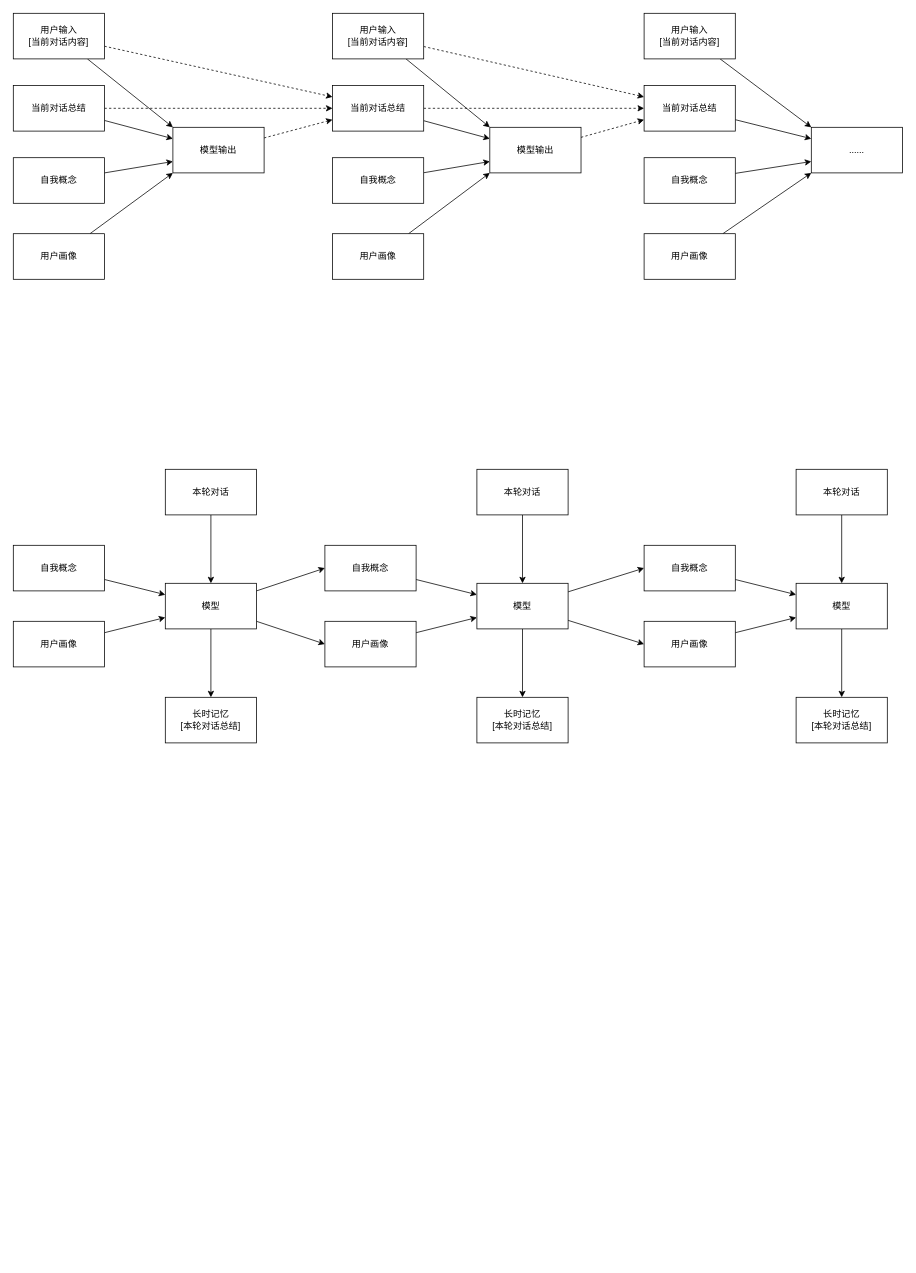
This is readme/structure.drawio from LeafYeeXYZ/CounselorLeaf, a draw.io file, before an edit. Source tidied: cells renumbered, new cells numbered last; positions are measured from the earlier drawing's top-left corner, leaving out a move shared by most shapes. Both pictures are drawn from the tidied source at 76%, with x=0, y=0 at pixel (13, 13).
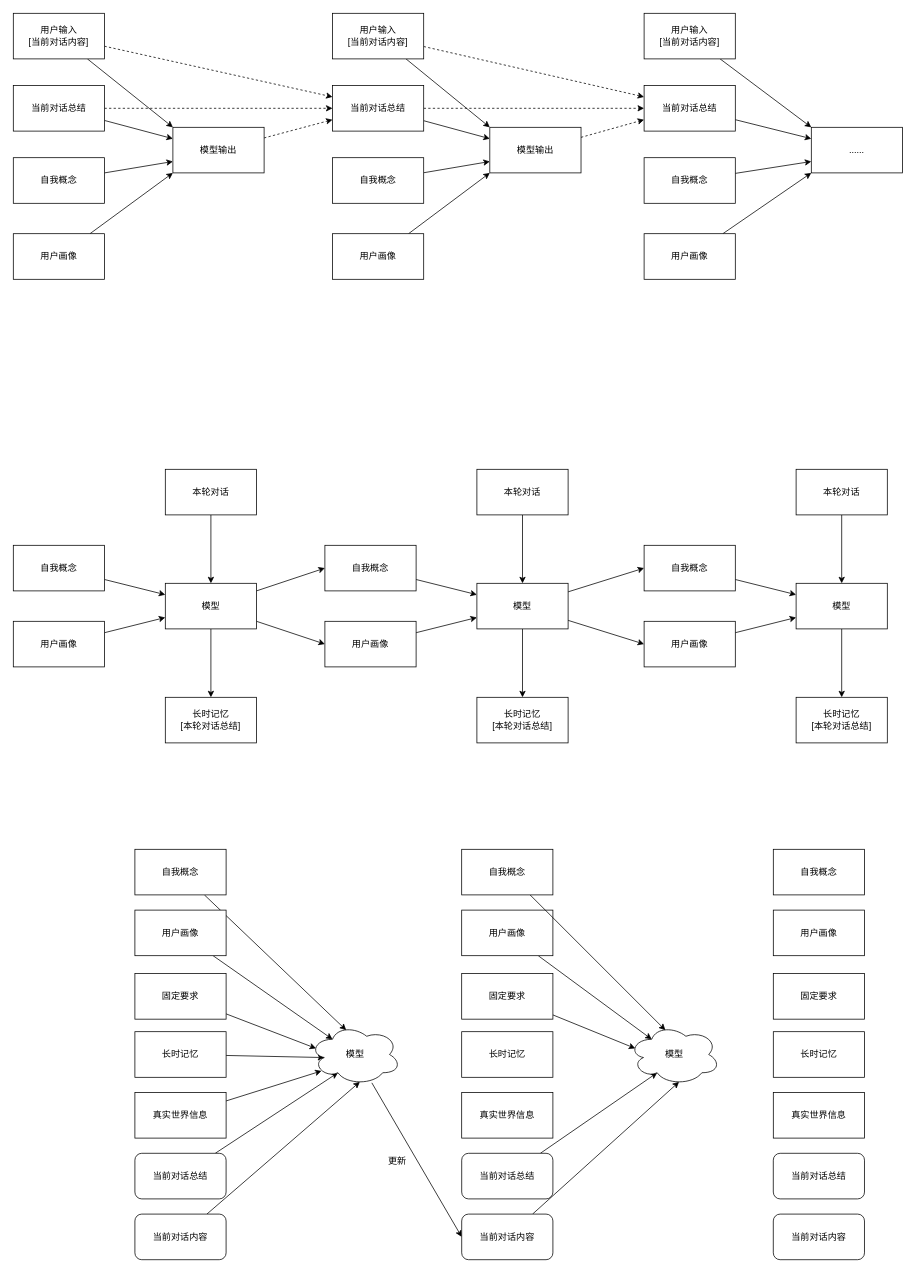
The same page after the edit.

Change to the diagram source:
```diff
@@
+    <mxCell id="66" style="edgeStyle=none;html=1;entryX=0.4;entryY=0.1;entryDx=0;entryDy=0;entryPerimeter=0;" parent="1" edge="1" source="73" target="81">
+      <mxGeometry relative="1" as="geometry" />
+    </mxCell>
@@
+    <mxCell id="67" style="edgeStyle=none;html=1;entryX=0.16;entryY=0.55;entryDx=0;entryDy=0;entryPerimeter=0;" parent="1" edge="1" source="68" target="81">
+      <mxGeometry relative="1" as="geometry" />
+    </mxCell>
+    <mxCell id="68" value="长时记忆" style="whiteSpace=wrap;html=1;" parent="1" vertex="1">
+      <mxGeometry x="160" y="1340" width="120" height="60" as="geometry" />
+    </mxCell>
+    <mxCell id="69" style="edgeStyle=none;html=1;entryX=0.07;entryY=0.4;entryDx=0;entryDy=0;entryPerimeter=0;" parent="1" edge="1" source="70" target="81">
+      <mxGeometry relative="1" as="geometry" />
+    </mxCell>
+    <mxCell id="70" value="固定要求" style="whiteSpace=wrap;html=1;" parent="1" vertex="1">
+      <mxGeometry x="160" y="1263.5" width="120" height="60" as="geometry" />
+    </mxCell>
+    <mxCell id="71" style="edgeStyle=none;html=1;entryX=0.25;entryY=0.25;entryDx=0;entryDy=0;entryPerimeter=0;" parent="1" edge="1" source="72" target="81">
+      <mxGeometry relative="1" as="geometry" />
+    </mxCell>
+    <mxCell id="72" value="用户画像" style="whiteSpace=wrap;html=1;" parent="1" vertex="1">
+      <mxGeometry x="160" y="1180" width="120" height="60" as="geometry" />
+    </mxCell>
+    <mxCell id="73" value="自我概念" style="whiteSpace=wrap;html=1;" parent="1" vertex="1">
+      <mxGeometry x="160" y="1100" width="120" height="60" as="geometry" />
+    </mxCell>
+    <mxCell id="74" style="edgeStyle=none;html=1;entryX=0.13;entryY=0.77;entryDx=0;entryDy=0;entryPerimeter=0;" parent="1" edge="1" source="75" target="81">
+      <mxGeometry relative="1" as="geometry" />
+    </mxCell>
+    <mxCell id="75" value="真实世界信息" style="whiteSpace=wrap;html=1;" parent="1" vertex="1">
+      <mxGeometry x="160" y="1420" width="120" height="60" as="geometry" />
+    </mxCell>
+    <mxCell id="76" style="edgeStyle=none;html=1;entryX=0.31;entryY=0.8;entryDx=0;entryDy=0;entryPerimeter=0;" parent="1" edge="1" source="77" target="81">
+      <mxGeometry relative="1" as="geometry" />
+    </mxCell>
+    <mxCell id="77" value="当前对话总结" style="rounded=1;whiteSpace=wrap;html=1;" parent="1" vertex="1">
+      <mxGeometry x="160" y="1500" width="120" height="60" as="geometry" />
+    </mxCell>
+    <mxCell id="78" style="edgeStyle=none;html=1;entryX=0.55;entryY=0.95;entryDx=0;entryDy=0;entryPerimeter=0;" parent="1" edge="1" source="79" target="81">
+      <mxGeometry relative="1" as="geometry" />
+    </mxCell>
+    <mxCell id="79" value="当前对话内容" style="rounded=1;whiteSpace=wrap;html=1;" parent="1" vertex="1">
+      <mxGeometry x="160" y="1580" width="120" height="60" as="geometry" />
+    </mxCell>
+    <mxCell id="80" style="edgeStyle=none;html=1;entryX=0;entryY=0.5;entryDx=0;entryDy=0;" parent="1" edge="1" source="81" target="93">
+      <mxGeometry relative="1" as="geometry" />
+    </mxCell>
+    <mxCell id="81" value="模型" style="ellipse;shape=cloud;whiteSpace=wrap;html=1;" parent="1" vertex="1">
+      <mxGeometry x="390" y="1330" width="120" height="80" as="geometry" />
+    </mxCell>
+    <mxCell id="82" value="长时记忆" style="whiteSpace=wrap;html=1;" parent="1" vertex="1">
+      <mxGeometry x="590" y="1340" width="120" height="60" as="geometry" />
+    </mxCell>
+    <mxCell id="83" style="edgeStyle=none;html=1;entryX=0.07;entryY=0.4;entryDx=0;entryDy=0;entryPerimeter=0;" parent="1" edge="1" source="84" target="102">
+      <mxGeometry relative="1" as="geometry" />
+    </mxCell>
+    <mxCell id="84" value="固定要求" style="whiteSpace=wrap;html=1;" parent="1" vertex="1">
+      <mxGeometry x="590" y="1263.5" width="120" height="60" as="geometry" />
+    </mxCell>
+    <mxCell id="85" style="edgeStyle=none;html=1;entryX=0.25;entryY=0.25;entryDx=0;entryDy=0;entryPerimeter=0;" parent="1" edge="1" source="86" target="102">
+      <mxGeometry relative="1" as="geometry" />
+    </mxCell>
+    <mxCell id="86" value="用户画像" style="whiteSpace=wrap;html=1;" parent="1" vertex="1">
+      <mxGeometry x="590" y="1180" width="120" height="60" as="geometry" />
+    </mxCell>
+    <mxCell id="87" style="edgeStyle=none;html=1;entryX=0.4;entryY=0.1;entryDx=0;entryDy=0;entryPerimeter=0;" parent="1" edge="1" source="88" target="102">
+      <mxGeometry relative="1" as="geometry" />
+    </mxCell>
+    <mxCell id="88" value="自我概念" style="whiteSpace=wrap;html=1;" parent="1" vertex="1">
+      <mxGeometry x="590" y="1100" width="120" height="60" as="geometry" />
+    </mxCell>
+    <mxCell id="89" value="真实世界信息" style="whiteSpace=wrap;html=1;" parent="1" vertex="1">
+      <mxGeometry x="590" y="1420" width="120" height="60" as="geometry" />
+    </mxCell>
+    <mxCell id="90" style="edgeStyle=none;html=1;entryX=0.31;entryY=0.8;entryDx=0;entryDy=0;entryPerimeter=0;" parent="1" edge="1" source="91" target="102">
+      <mxGeometry relative="1" as="geometry" />
+    </mxCell>
+    <mxCell id="91" value="当前对话总结" style="rounded=1;whiteSpace=wrap;html=1;" parent="1" vertex="1">
+      <mxGeometry x="590" y="1500" width="120" height="60" as="geometry" />
+    </mxCell>
+    <mxCell id="92" style="edgeStyle=none;html=1;entryX=0.55;entryY=0.95;entryDx=0;entryDy=0;entryPerimeter=0;" parent="1" edge="1" source="93" target="102">
+      <mxGeometry relative="1" as="geometry" />
+    </mxCell>
+    <mxCell id="93" value="当前对话内容" style="rounded=1;whiteSpace=wrap;html=1;" parent="1" vertex="1">
+      <mxGeometry x="590" y="1580" width="120" height="60" as="geometry" />
+    </mxCell>
+    <mxCell id="94" value="更新" style="text;html=1;align=center;verticalAlign=middle;strokeColor=none;fillColor=none;" parent="1" vertex="1">
+      <mxGeometry x="480" y="1495" width="50" height="30" as="geometry" />
+    </mxCell>
+    <mxCell id="95" value="长时记忆" style="whiteSpace=wrap;html=1;" parent="1" vertex="1">
+      <mxGeometry x="1000" y="1340" width="120" height="60" as="geometry" />
+    </mxCell>
+    <mxCell id="96" value="固定要求" style="whiteSpace=wrap;html=1;" parent="1" vertex="1">
+      <mxGeometry x="1000" y="1263.5" width="120" height="60" as="geometry" />
+    </mxCell>
+    <mxCell id="97" value="用户画像" style="whiteSpace=wrap;html=1;" parent="1" vertex="1">
+      <mxGeometry x="1000" y="1180" width="120" height="60" as="geometry" />
+    </mxCell>
+    <mxCell id="98" value="自我概念" style="whiteSpace=wrap;html=1;" parent="1" vertex="1">
+      <mxGeometry x="1000" y="1100" width="120" height="60" as="geometry" />
+    </mxCell>
+    <mxCell id="99" value="真实世界信息" style="whiteSpace=wrap;html=1;" parent="1" vertex="1">
+      <mxGeometry x="1000" y="1420" width="120" height="60" as="geometry" />
+    </mxCell>
+    <mxCell id="100" value="当前对话总结" style="rounded=1;whiteSpace=wrap;html=1;" parent="1" vertex="1">
+      <mxGeometry x="1000" y="1500" width="120" height="60" as="geometry" />
+    </mxCell>
+    <mxCell id="101" value="当前对话内容" style="rounded=1;whiteSpace=wrap;html=1;" parent="1" vertex="1">
+      <mxGeometry x="1000" y="1580" width="120" height="60" as="geometry" />
+    </mxCell>
+    <mxCell id="102" value="模型" style="ellipse;shape=cloud;whiteSpace=wrap;html=1;" parent="1" vertex="1">
+      <mxGeometry x="810" y="1330" width="120" height="80" as="geometry" />
+    </mxCell>
```
